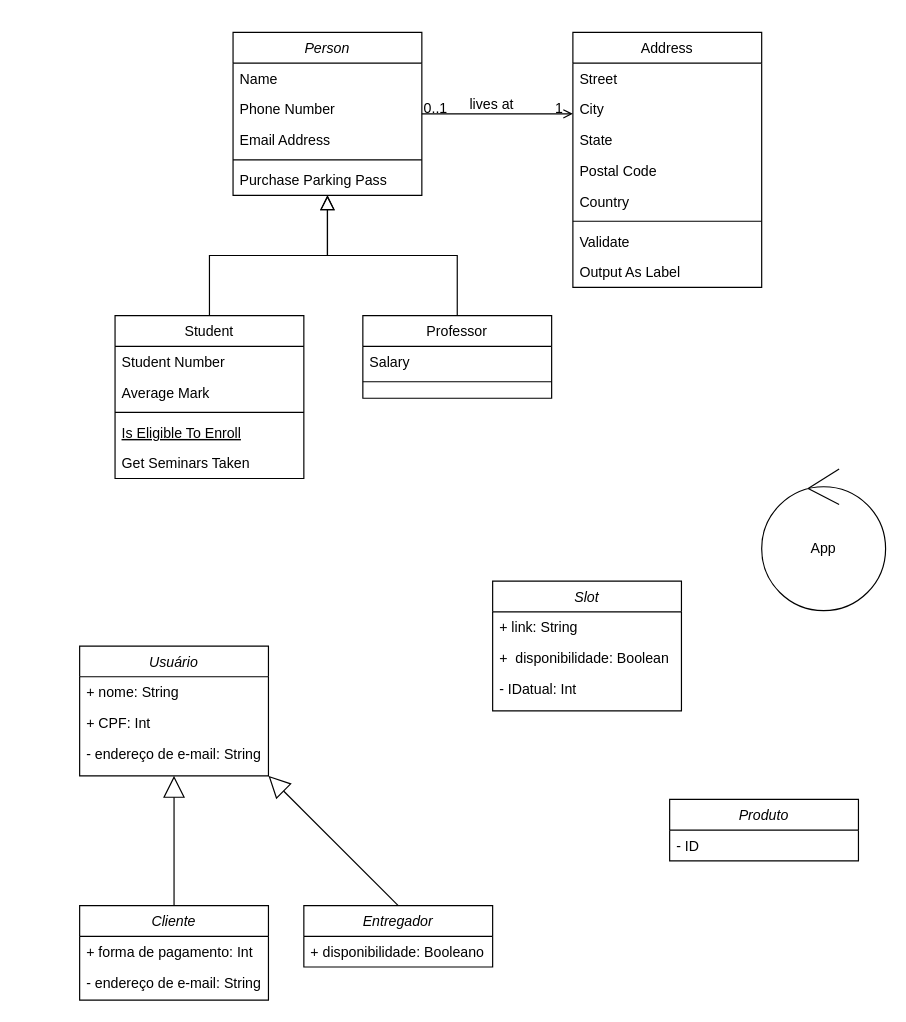
This is Diagrama Conceitual - Projeto.drawio from bruniculos08/SOFT003, a draw.io file, before an edit. Source tidied: cells renumbered, new cells numbered last; positions are measured from the earlier drawing's top-left corner, leaving out a move shared by most shapes. Both pictures are drawn from the tidied source at 118%, with x=0, y=0 at pixel (79, 32).
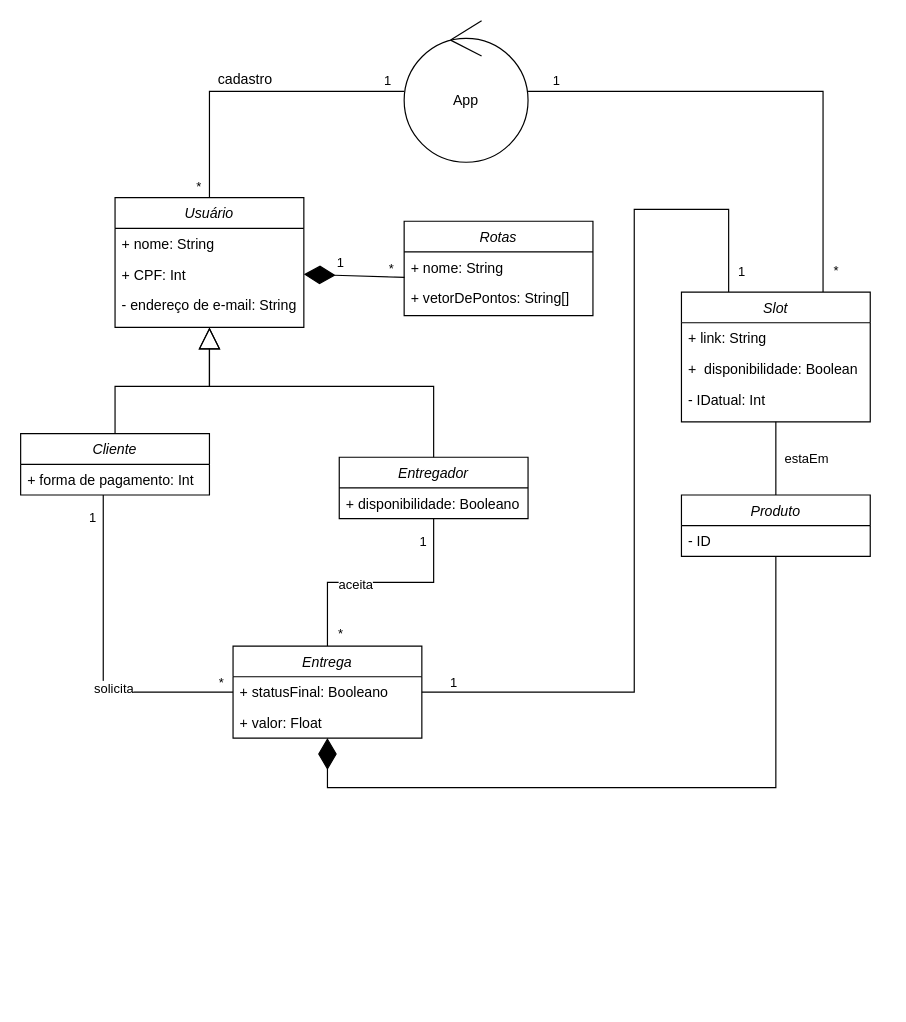
The same page after the edit.

Unchanged cells that the change refers to:
```xml
<mxCell id="34" value="+ CPF: Int" style="text;align=left;verticalAlign=top;spacingLeft=4;spacingRight=4;overflow=hidden;points=[[0,0.5],[1,0.5]];portConstraint=eastwest;rounded=0;shadow=0;html=0;" parent="32" vertex="1">
  <mxGeometry y="52" width="160" height="26" as="geometry" />
</mxCell>
<mxCell id="44" value="- ID" style="text;align=left;verticalAlign=top;spacingLeft=4;spacingRight=4;overflow=hidden;points=[[0,0.5],[1,0.5]];portConstraint=eastwest;" parent="43" vertex="1">
  <mxGeometry y="26" width="160" height="26" as="geometry" />
</mxCell>
```

Diff of the diagram source:
```diff
@@
-    <mxCell id="2" value="Person" style="swimlane;fontStyle=2;align=center;verticalAlign=top;horizontal=1;startSize=26;rounded=0;shadow=0;strokeWidth=1;" parent="1" vertex="1">
-      <mxGeometry x="130" width="160" height="138" as="geometry" />
-    </mxCell>
-    <mxCell id="3" value="Name" style="text;align=left;verticalAlign=top;spacingLeft=4;spacingRight=4;overflow=hidden;" parent="2" vertex="1">
-      <mxGeometry y="26" width="160" height="26" as="geometry" />
-    </mxCell>
-    <mxCell id="4" value="Phone Number" style="text;align=left;verticalAlign=top;spacingLeft=4;spacingRight=4;overflow=hidden;rounded=0;shadow=0;html=0;" parent="2" vertex="1">
-      <mxGeometry y="52" width="160" height="26" as="geometry" />
-    </mxCell>
-    <mxCell id="5" value="Email Address" style="text;align=left;verticalAlign=top;spacingLeft=4;spacingRight=4;overflow=hidden;rounded=0;shadow=0;html=0;" parent="2" vertex="1">
-      <mxGeometry y="78" width="160" height="26" as="geometry" />
-    </mxCell>
-    <mxCell id="6" style="line;html=1;strokeWidth=1;align=left;verticalAlign=middle;spacingTop=-1;spacingLeft=3;spacingRight=3;labelPosition=right;" parent="2" vertex="1">
-      <mxGeometry y="104" width="160" height="8" as="geometry" />
-    </mxCell>
-    <mxCell id="7" value="Purchase Parking Pass" style="text;align=left;verticalAlign=top;spacingLeft=4;spacingRight=4;overflow=hidden;" parent="2" vertex="1">
-      <mxGeometry y="112" width="160" height="26" as="geometry" />
-    </mxCell>
-    <mxCell id="8" value="Student" style="swimlane;fontStyle=0;align=center;verticalAlign=top;horizontal=1;startSize=26;rounded=0;shadow=0;strokeWidth=1;" parent="1" vertex="1">
-      <mxGeometry x="30" y="240" width="160" height="138" as="geometry" />
-    </mxCell>
-    <mxCell id="9" value="Student Number" style="text;align=left;verticalAlign=top;spacingLeft=4;spacingRight=4;overflow=hidden;" parent="8" vertex="1">
-      <mxGeometry y="26" width="160" height="26" as="geometry" />
-    </mxCell>
-    <mxCell id="10" value="Average Mark" style="text;align=left;verticalAlign=top;spacingLeft=4;spacingRight=4;overflow=hidden;rounded=0;shadow=0;html=0;" parent="8" vertex="1">
-      <mxGeometry y="52" width="160" height="26" as="geometry" />
-    </mxCell>
-    <mxCell id="11" style="line;html=1;strokeWidth=1;align=left;verticalAlign=middle;spacingTop=-1;spacingLeft=3;spacingRight=3;labelPosition=right;" parent="8" vertex="1">
-      <mxGeometry y="78" width="160" height="8" as="geometry" />
-    </mxCell>
-    <mxCell id="12" value="Is Eligible To Enroll" style="text;align=left;verticalAlign=top;spacingLeft=4;spacingRight=4;overflow=hidden;fontStyle=4;" parent="8" vertex="1">
-      <mxGeometry y="86" width="160" height="26" as="geometry" />
-    </mxCell>
-    <mxCell id="13" value="Get Seminars Taken" style="text;align=left;verticalAlign=top;spacingLeft=4;spacingRight=4;overflow=hidden;" parent="8" vertex="1">
-      <mxGeometry y="112" width="160" height="26" as="geometry" />
-    </mxCell>
-    <mxCell id="14" style="endArrow=block;endSize=10;endFill=0;shadow=0;strokeWidth=1;rounded=0;edgeStyle=elbowEdgeStyle;elbow=vertical;" parent="1" edge="1" source="8" target="2">
-      <mxGeometry relative="1" as="geometry" />
-    </mxCell>
-    <mxCell id="15" value="Professor" style="swimlane;fontStyle=0;align=center;verticalAlign=top;horizontal=1;startSize=26;rounded=0;shadow=0;strokeWidth=1;" parent="1" vertex="1">
-      <mxGeometry x="240" y="240" width="160" height="70" as="geometry" />
-    </mxCell>
-    <mxCell id="16" value="Salary" style="text;align=left;verticalAlign=top;spacingLeft=4;spacingRight=4;overflow=hidden;" parent="15" vertex="1">
-      <mxGeometry y="26" width="160" height="26" as="geometry" />
-    </mxCell>
-    <mxCell id="17" style="line;html=1;strokeWidth=1;align=left;verticalAlign=middle;spacingTop=-1;spacingLeft=3;spacingRight=3;labelPosition=right;" parent="15" vertex="1">
-      <mxGeometry y="52" width="160" height="8" as="geometry" />
-    </mxCell>
-    <mxCell id="18" style="endArrow=block;endSize=10;endFill=0;shadow=0;strokeWidth=1;rounded=0;edgeStyle=elbowEdgeStyle;elbow=vertical;" parent="1" edge="1" source="15" target="2">
-      <mxGeometry relative="1" as="geometry" />
-    </mxCell>
-    <mxCell id="19" value="Address" style="swimlane;fontStyle=0;align=center;verticalAlign=top;horizontal=1;startSize=26;rounded=0;shadow=0;strokeWidth=1;" parent="1" vertex="1">
-      <mxGeometry x="418" width="160" height="216" as="geometry" />
-    </mxCell>
-    <mxCell id="20" value="Street" style="text;align=left;verticalAlign=top;spacingLeft=4;spacingRight=4;overflow=hidden;" parent="19" vertex="1">
-      <mxGeometry y="26" width="160" height="26" as="geometry" />
-    </mxCell>
-    <mxCell id="21" value="City" style="text;align=left;verticalAlign=top;spacingLeft=4;spacingRight=4;overflow=hidden;rounded=0;shadow=0;html=0;" parent="19" vertex="1">
-      <mxGeometry y="52" width="160" height="26" as="geometry" />
-    </mxCell>
-    <mxCell id="22" value="State" style="text;align=left;verticalAlign=top;spacingLeft=4;spacingRight=4;overflow=hidden;rounded=0;shadow=0;html=0;" parent="19" vertex="1">
-      <mxGeometry y="78" width="160" height="26" as="geometry" />
-    </mxCell>
-    <mxCell id="23" value="Postal Code" style="text;align=left;verticalAlign=top;spacingLeft=4;spacingRight=4;overflow=hidden;rounded=0;shadow=0;html=0;" parent="19" vertex="1">
-      <mxGeometry y="104" width="160" height="26" as="geometry" />
-    </mxCell>
-    <mxCell id="24" value="Country" style="text;align=left;verticalAlign=top;spacingLeft=4;spacingRight=4;overflow=hidden;rounded=0;shadow=0;html=0;" parent="19" vertex="1">
-      <mxGeometry y="130" width="160" height="26" as="geometry" />
-    </mxCell>
-    <mxCell id="25" style="line;html=1;strokeWidth=1;align=left;verticalAlign=middle;spacingTop=-1;spacingLeft=3;spacingRight=3;labelPosition=right;" parent="19" vertex="1">
-      <mxGeometry y="156" width="160" height="8" as="geometry" />
-    </mxCell>
-    <mxCell id="26" value="Validate" style="text;align=left;verticalAlign=top;spacingLeft=4;spacingRight=4;overflow=hidden;" parent="19" vertex="1">
-      <mxGeometry y="164" width="160" height="26" as="geometry" />
-    </mxCell>
-    <mxCell id="27" value="Output As Label" style="text;align=left;verticalAlign=top;spacingLeft=4;spacingRight=4;overflow=hidden;" parent="19" vertex="1">
-      <mxGeometry y="190" width="160" height="26" as="geometry" />
-    </mxCell>
-    <mxCell id="28" style="endArrow=open;shadow=0;strokeWidth=1;rounded=0;endFill=1;edgeStyle=elbowEdgeStyle;elbow=vertical;" parent="1" edge="1" source="2" target="19">
-      <mxGeometry x="0.5" y="41" relative="1" as="geometry">
-        <mxPoint x="-40" y="32" as="offset" />
-      </mxGeometry>
-    </mxCell>
-    <mxCell id="29" value="0..1" style="align=left;verticalAlign=bottom;labelBackgroundColor=none;fontSize=12;" parent="28" vertex="1">
-      <mxGeometry x="-1" relative="1" as="geometry">
-        <mxPoint y="4" as="offset" />
-      </mxGeometry>
-    </mxCell>
-    <mxCell id="30" value="1" style="align=right;verticalAlign=bottom;labelBackgroundColor=none;fontSize=12;" parent="28" vertex="1">
-      <mxGeometry x="1" relative="1" as="geometry">
-        <mxPoint x="-7" y="4" as="offset" />
-      </mxGeometry>
-    </mxCell>
-    <mxCell id="31" value="lives at" style="text;html=1;align=center;verticalAlign=middle;labelBackgroundColor=none;rounded=0;shadow=0;strokeWidth=1;fontSize=12;" parent="28" vertex="1">
-      <mxGeometry x="0.5" y="49" relative="1" as="geometry">
-        <mxPoint x="-38" y="40" as="offset" />
-      </mxGeometry>
-    </mxCell>
     <mxCell id="32" value="Usuário" style="swimlane;fontStyle=2;align=center;verticalAlign=top;horizontal=1;startSize=26;rounded=0;shadow=0;strokeWidth=1;" parent="1" vertex="1">
-      <mxGeometry y="520" width="160" height="110" as="geometry" />
+      <mxGeometry x="30" y="140" width="160" height="110" as="geometry" />
     </mxCell>
@@
+    <mxCell id="50" style="edgeStyle=orthogonalEdgeStyle;rounded=0;jettySize=auto;html=1;entryX=0;entryY=0.5;entryDx=0;entryDy=0;startArrow=none;startFill=0;endArrow=none;endFill=0;" parent="1" edge="1" source="36" target="67">
+      <mxGeometry relative="1" as="geometry">
+        <Array as="points">
+          <mxPoint x="20" y="559" />
+        </Array>
+      </mxGeometry>
+    </mxCell>
+    <mxCell id="51" value="1" style="edgeLabel;html=1;align=center;verticalAlign=middle;" parent="50" vertex="1">
+      <mxGeometry x="-0.86" y="1" relative="1" as="geometry">
+        <mxPoint x="-11" y="-1" as="offset" />
+      </mxGeometry>
+    </mxCell>
+    <mxCell id="52" value="*" style="edgeLabel;html=1;align=center;verticalAlign=middle;" parent="50" vertex="1">
+      <mxGeometry x="0.89" y="2" relative="1" as="geometry">
+        <mxPoint x="4" y="-7" as="offset" />
+      </mxGeometry>
+    </mxCell>
+    <mxCell id="53" value="solicita" style="edgeLabel;html=1;align=center;verticalAlign=middle;" parent="50" vertex="1">
+      <mxGeometry x="-0.9" y="-1" relative="1" as="geometry">
+        <mxPoint x="9" y="149" as="offset" />
+      </mxGeometry>
+    </mxCell>
     <mxCell id="36" value="Cliente" style="swimlane;fontStyle=2;align=center;verticalAlign=top;horizontal=1;startSize=26;rounded=0;shadow=0;strokeWidth=1;" parent="1" vertex="1">
-      <mxGeometry y="740" width="160" height="80" as="geometry" />
+      <mxGeometry x="-50" y="340" width="160" height="52" as="geometry" />
     </mxCell>
@@
-    <mxCell id="38" value="- endereço de e-mail: String" style="text;align=left;verticalAlign=top;spacingLeft=4;spacingRight=4;overflow=hidden;rounded=0;shadow=0;html=0;" parent="36" vertex="1">
-      <mxGeometry y="52" width="160" height="26" as="geometry" />
-    </mxCell>
+    <mxCell id="54" style="edgeStyle=orthogonalEdgeStyle;rounded=0;jettySize=auto;html=1;startArrow=none;startFill=0;endArrow=none;endFill=0;" parent="1" edge="1" source="39" target="66">
+      <mxGeometry relative="1" as="geometry" />
+    </mxCell>
+    <mxCell id="55" value="*" style="edgeLabel;html=1;align=center;verticalAlign=middle;" parent="54" vertex="1">
+      <mxGeometry x="0.78" y="3" relative="1" as="geometry">
+        <mxPoint x="7" y="11" as="offset" />
+      </mxGeometry>
+    </mxCell>
+    <mxCell id="56" value="1" style="edgeLabel;html=1;align=center;verticalAlign=middle;" parent="54" vertex="1">
+      <mxGeometry x="-0.81" relative="1" as="geometry">
+        <mxPoint x="-10" as="offset" />
+      </mxGeometry>
+    </mxCell>
+    <mxCell id="57" value="aceita" style="edgeLabel;html=1;align=center;verticalAlign=middle;" parent="54" vertex="1">
+      <mxGeometry x="-0.63" y="2" relative="1" as="geometry">
+        <mxPoint x="-69" y="18" as="offset" />
+      </mxGeometry>
+    </mxCell>
     <mxCell id="39" value="Entregador" style="swimlane;fontStyle=2;align=center;verticalAlign=top;horizontal=1;startSize=26;rounded=0;shadow=0;strokeWidth=1;" parent="1" vertex="1">
-      <mxGeometry x="190" y="740" width="160" height="52" as="geometry" />
+      <mxGeometry x="220" y="360" width="160" height="52" as="geometry" />
     </mxCell>
@@
-    <mxCell id="41" style="endArrow=block;endSize=16;endFill=0;html=1;rounded=0;exitX=0.5;exitY=0;exitDx=0;exitDy=0;entryX=1;entryY=1;entryDx=0;entryDy=0;" parent="1" edge="1" source="39" target="32">
-      <mxGeometry relative="1" as="geometry" />
+    <mxCell id="41" style="endArrow=block;endSize=16;endFill=0;html=1;rounded=0;exitX=0.5;exitY=0;exitDx=0;exitDy=0;entryX=0.5;entryY=1;entryDx=0;entryDy=0;" parent="1" edge="1" source="39" target="32">
+      <mxGeometry relative="1" as="geometry">
+        <Array as="points">
+          <mxPoint x="300" y="300" />
+          <mxPoint x="110" y="300" />
+        </Array>
+      </mxGeometry>
     </mxCell>
     <mxCell id="42" style="endArrow=block;endSize=16;endFill=0;html=1;rounded=0;entryX=0.5;entryY=1;entryDx=0;entryDy=0;exitX=0.5;exitY=0;exitDx=0;exitDy=0;" parent="1" edge="1" source="36" target="32">
-      <mxGeometry relative="1" as="geometry" />
+      <mxGeometry relative="1" as="geometry">
+        <Array as="points">
+          <mxPoint x="30" y="300" />
+          <mxPoint x="110" y="300" />
+        </Array>
+      </mxGeometry>
     </mxCell>
     <mxCell id="43" value="Produto" style="swimlane;fontStyle=2;align=center;verticalAlign=top;horizontal=1;startSize=26;rounded=0;shadow=0;strokeWidth=1;" parent="1" vertex="1">
-      <mxGeometry x="500" y="650" width="160" height="52" as="geometry" />
+      <mxGeometry x="510" y="392" width="160" height="52" as="geometry" />
     </mxCell>
@@
+    <mxCell id="58" style="edgeStyle=orthogonalEdgeStyle;rounded=0;jettySize=auto;html=1;exitX=0.5;exitY=1;exitDx=0;exitDy=0;entryX=0.5;entryY=0;entryDx=0;entryDy=0;startArrow=none;startFill=0;endArrow=none;endFill=0;" parent="1" edge="1" source="45" target="43">
+      <mxGeometry relative="1" as="geometry" />
+    </mxCell>
+    <mxCell id="59" value="estaEm" style="edgeLabel;html=1;align=center;verticalAlign=middle;" parent="58" vertex="1">
+      <mxGeometry x="-0.16" y="-1" relative="1" as="geometry">
+        <mxPoint x="26" y="4" as="offset" />
+      </mxGeometry>
+    </mxCell>
     <mxCell id="45" value="Slot" style="swimlane;fontStyle=2;align=center;verticalAlign=top;horizontal=1;startSize=26;rounded=0;shadow=0;strokeWidth=1;" parent="1" vertex="1">
-      <mxGeometry x="350" y="465" width="160" height="110" as="geometry" />
+      <mxGeometry x="510" y="220" width="160" height="110" as="geometry" />
     </mxCell>
@@
+    <mxCell id="60" style="edgeStyle=orthogonalEdgeStyle;rounded=0;jettySize=auto;html=1;entryX=0.5;entryY=0;entryDx=0;entryDy=0;startArrow=none;startFill=0;endArrow=none;endFill=0;" parent="1" edge="1" source="49" target="32">
+      <mxGeometry relative="1" as="geometry" />
+    </mxCell>
+    <mxCell id="61" value="*" style="edgeLabel;html=1;align=center;verticalAlign=middle;" parent="60" vertex="1">
+      <mxGeometry x="0.89" y="1" relative="1" as="geometry">
+        <mxPoint x="-11" y="4" as="offset" />
+      </mxGeometry>
+    </mxCell>
+    <mxCell id="62" value="1" style="edgeLabel;html=1;align=center;verticalAlign=middle;" parent="60" vertex="1">
+      <mxGeometry x="-0.8" y="-1" relative="1" as="geometry">
+        <mxPoint x="10" y="-9" as="offset" />
+      </mxGeometry>
+    </mxCell>
+    <mxCell id="63" style="edgeStyle=orthogonalEdgeStyle;rounded=0;jettySize=auto;html=1;entryX=0.75;entryY=0;entryDx=0;entryDy=0;startArrow=none;startFill=0;endArrow=none;endFill=0;" parent="1" edge="1" source="49" target="45">
+      <mxGeometry relative="1" as="geometry" />
+    </mxCell>
+    <mxCell id="64" value="1" style="edgeLabel;html=1;align=center;verticalAlign=middle;" parent="63" vertex="1">
+      <mxGeometry x="-0.89" y="-3" relative="1" as="geometry">
+        <mxPoint y="-13" as="offset" />
+      </mxGeometry>
+    </mxCell>
+    <mxCell id="65" value="*" style="edgeLabel;html=1;align=center;verticalAlign=middle;" parent="63" vertex="1">
+      <mxGeometry x="0.91" relative="1" as="geometry">
+        <mxPoint x="10" as="offset" />
+      </mxGeometry>
+    </mxCell>
     <mxCell id="49" value="App" style="ellipse;shape=umlControl;whiteSpace=wrap;html=1;" parent="1" vertex="1">
-      <mxGeometry x="578" y="370" width="105" height="120" as="geometry" />
+      <mxGeometry x="275" y="-10" width="105" height="120" as="geometry" />
     </mxCell>
+    <mxCell id="66" value="Entrega" style="swimlane;fontStyle=2;align=center;verticalAlign=top;horizontal=1;startSize=26;rounded=0;shadow=0;strokeWidth=1;" parent="1" vertex="1">
+      <mxGeometry x="130" y="520" width="160" height="78" as="geometry" />
+    </mxCell>
+    <mxCell id="67" value="+ statusFinal: Booleano" style="text;align=left;verticalAlign=top;spacingLeft=4;spacingRight=4;overflow=hidden;points=[[0,0.5],[1,0.5]];portConstraint=eastwest;" parent="66" vertex="1">
+      <mxGeometry y="26" width="160" height="26" as="geometry" />
+    </mxCell>
+    <mxCell id="68" value="+ valor: Float" style="text;align=left;verticalAlign=top;spacingLeft=4;spacingRight=4;overflow=hidden;points=[[0,0.5],[1,0.5]];portConstraint=eastwest;" parent="66" vertex="1">
+      <mxGeometry y="52" width="160" height="26" as="geometry" />
+    </mxCell>
+    <mxCell id="69" style="edgeStyle=orthogonalEdgeStyle;rounded=0;jettySize=auto;html=1;exitX=1;exitY=0.5;exitDx=0;exitDy=0;startArrow=none;startFill=0;endArrow=none;endFill=0;" parent="1" edge="1" source="67">
+      <mxGeometry relative="1" as="geometry">
+        <mxPoint x="550" y="220" as="targetPoint" />
+        <Array as="points">
+          <mxPoint x="470" y="559" />
+          <mxPoint x="470" y="150" />
+          <mxPoint x="550" y="150" />
+        </Array>
+      </mxGeometry>
+    </mxCell>
+    <mxCell id="70" value="1" style="edgeLabel;html=1;align=center;verticalAlign=middle;" parent="69" vertex="1">
+      <mxGeometry x="-0.93" relative="1" as="geometry">
+        <mxPoint y="-9" as="offset" />
+      </mxGeometry>
+    </mxCell>
+    <mxCell id="71" value="1" style="edgeLabel;html=1;align=center;verticalAlign=middle;" parent="69" vertex="1">
+      <mxGeometry x="0.95" y="2" relative="1" as="geometry">
+        <mxPoint x="8" as="offset" />
+      </mxGeometry>
+    </mxCell>
+    <mxCell id="72" value="cadastro" style="text;html=1;align=center;verticalAlign=middle;strokeColor=none;fillColor=none;" parent="1" vertex="1">
+      <mxGeometry x="110" y="30" width="60" height="20" as="geometry" />
+    </mxCell>
+    <mxCell id="73" value="Rotas" style="swimlane;fontStyle=2;align=center;verticalAlign=top;horizontal=1;startSize=26;rounded=0;shadow=0;strokeWidth=1;" parent="1" vertex="1">
+      <mxGeometry x="275" y="160" width="160" height="80" as="geometry" />
+    </mxCell>
+    <mxCell id="74" value="+ nome: String" style="text;align=left;verticalAlign=top;spacingLeft=4;spacingRight=4;overflow=hidden;points=[[0,0.5],[1,0.5]];portConstraint=eastwest;" parent="73" vertex="1">
+      <mxGeometry y="26" width="160" height="26" as="geometry" />
+    </mxCell>
+    <mxCell id="75" value="+ vetorDePontos: String[]" style="text;align=left;verticalAlign=top;spacingLeft=4;spacingRight=4;overflow=hidden;rounded=0;shadow=0;html=0;" parent="73" vertex="1">
+      <mxGeometry y="52" width="160" height="26" as="geometry" />
+    </mxCell>
+    <mxCell id="76" style="endArrow=diamondThin;endFill=1;endSize=24;html=1;rounded=0;entryX=1;entryY=0.5;entryDx=0;entryDy=0;exitX=0.002;exitY=0.829;exitDx=0;exitDy=0;exitPerimeter=0;" parent="1" edge="1" source="74" target="34">
+      <mxGeometry relative="1" as="geometry" />
+    </mxCell>
+    <mxCell id="77" value="1" style="edgeLabel;html=1;align=center;verticalAlign=middle;" parent="76" vertex="1">
+      <mxGeometry x="0.22" relative="1" as="geometry">
+        <mxPoint x="-3" y="-11" as="offset" />
+      </mxGeometry>
+    </mxCell>
+    <mxCell id="78" value="*" style="edgeLabel;html=1;align=center;verticalAlign=middle;" parent="76" vertex="1">
+      <mxGeometry x="-0.72" y="1" relative="1" as="geometry">
+        <mxPoint y="-9" as="offset" />
+      </mxGeometry>
+    </mxCell>
+    <mxCell id="79" style="endArrow=diamondThin;endFill=1;endSize=24;html=1;rounded=0;" parent="1" edge="1" source="44" target="68">
+      <mxGeometry relative="1" as="geometry">
+        <Array as="points">
+          <mxPoint x="590" y="640" />
+          <mxPoint x="210" y="640" />
+        </Array>
+      </mxGeometry>
+    </mxCell>
```
